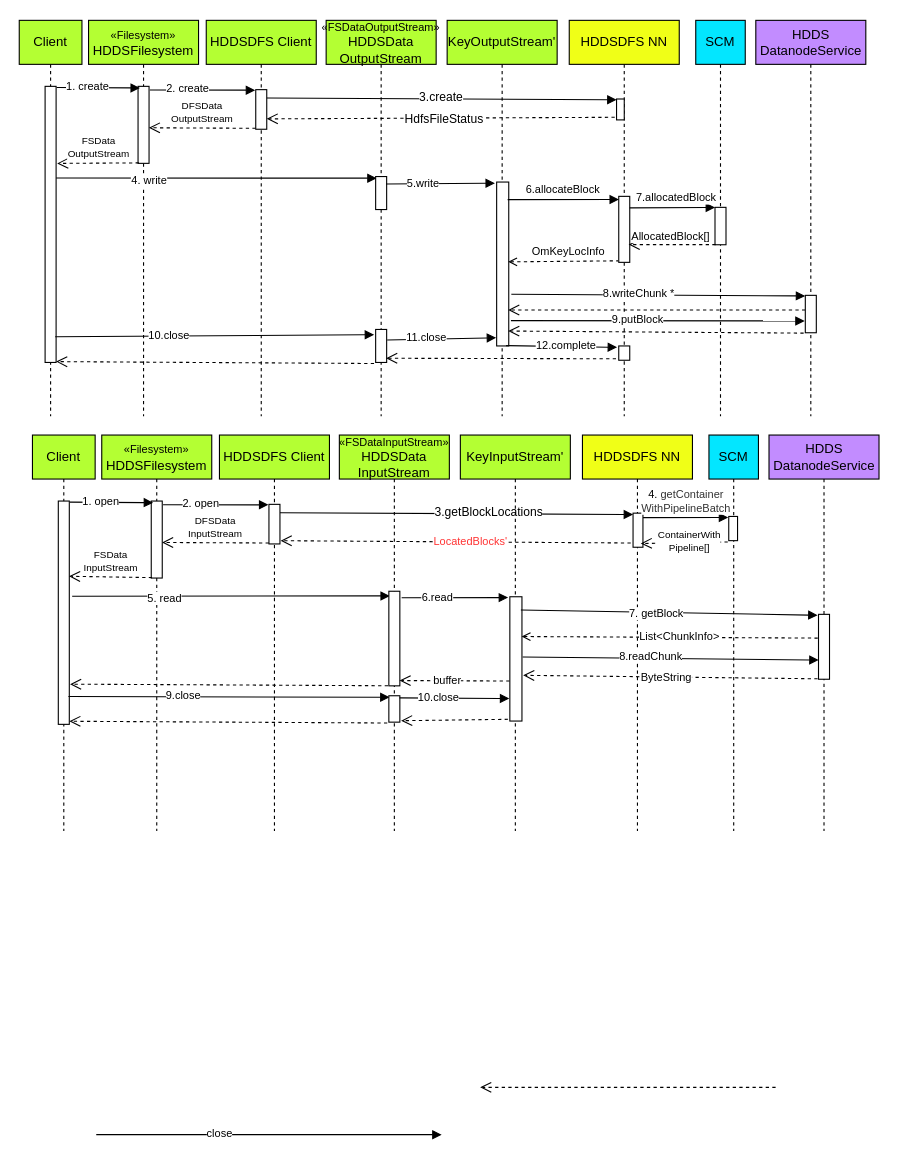
captainzmc/draw keeps this draw.io diagram as Untitled Diagram.drawio. Above is the earlier version. Source tidied: cells renumbered, new cells numbered last; positions are measured from the earlier drawing's top-left corner, leaving out a move shared by most shapes. Both pictures are drawn from the tidied source at 110%, with x=0, y=0 at pixel (19, 20).
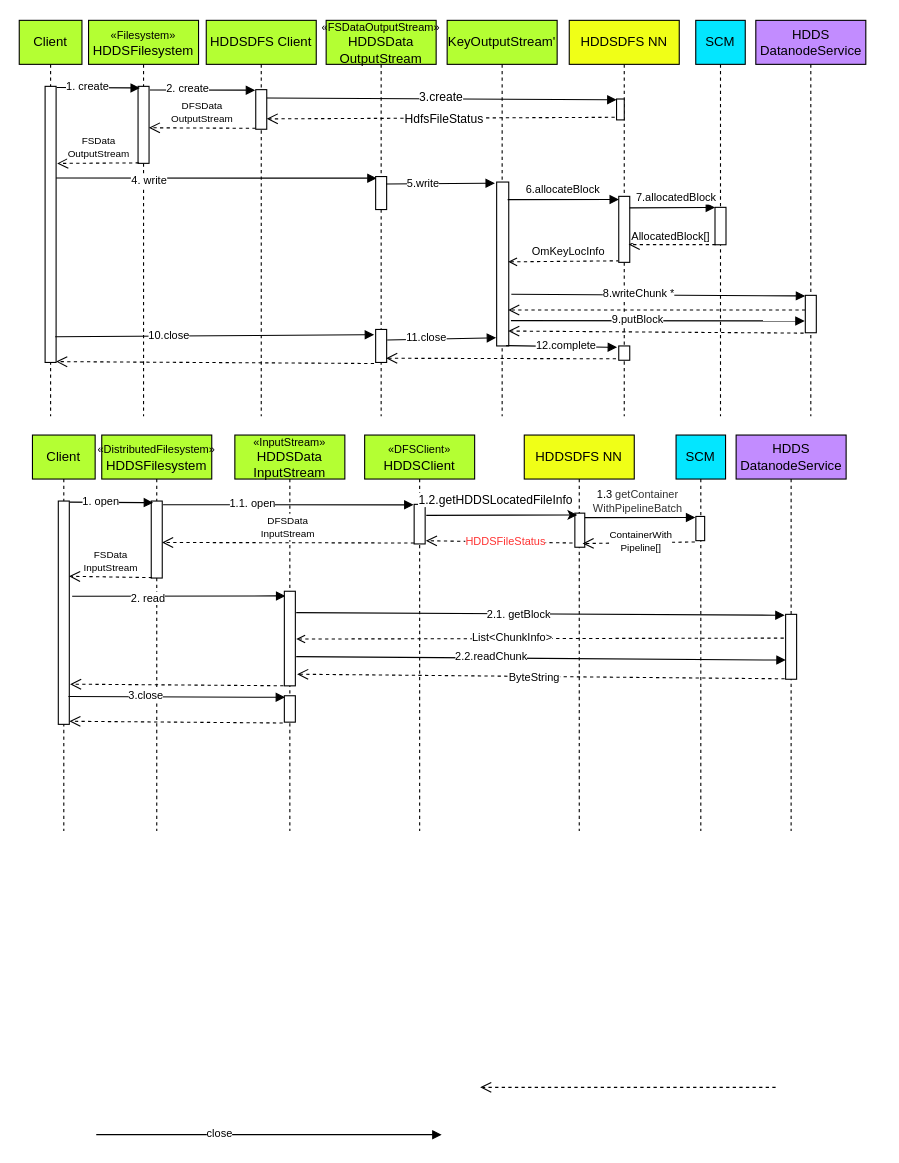
Above is the later version.

Unchanged cells that the change refers to:
```xml
<mxCell id="58" style="html=1;points=[];perimeter=orthogonalPerimeter;" parent="57" vertex="1">
  <mxGeometry x="45" y="63" width="10" height="36" as="geometry" />
</mxCell>
<mxCell id="64" style="html=1;points=[];perimeter=orthogonalPerimeter;" parent="63" vertex="1">
  <mxGeometry x="46" y="71" width="9" height="31" as="geometry" />
</mxCell>
<mxCell id="68" style="endArrow=block;startArrow=none;endFill=1;startFill=0;html=1;fontSize=10;exitX=0.917;exitY=0.823;exitDx=0;exitDy=0;exitPerimeter=0;entryX=0.067;entryY=0.06;entryDx=0;entryDy=0;entryPerimeter=0;" parent="1" edge="1" target="74">
  <mxGeometry relative="1" as="geometry">
    <mxPoint x="44.7" y="614.7" as="sourcePoint" />
  </mxGeometry>
</mxCell>
<mxCell id="70" style="endArrow=block;startArrow=none;endFill=1;startFill=0;html=1;fontSize=10;entryX=0.095;entryY=0.049;entryDx=0;entryDy=0;entryPerimeter=0;exitX=1.26;exitY=0.426;exitDx=0;exitDy=0;exitPerimeter=0;" parent="1" edge="1" source="60" target="73">
  <mxGeometry relative="1" as="geometry" />
</mxCell>
<mxCell id="73" style="html=1;points=[];perimeter=orthogonalPerimeter;" parent="72" vertex="1">
  <mxGeometry x="45" y="142" width="10" height="86" as="geometry" />
</mxCell>
<mxCell id="74" style="html=1;points=[];perimeter=orthogonalPerimeter;" parent="72" vertex="1">
  <mxGeometry x="45" y="237" width="10" height="24" as="geometry" />
</mxCell>
<mxCell id="88" style="html=1;points=[];perimeter=orthogonalPerimeter;" parent="87" vertex="1">
  <mxGeometry x="45" y="163" width="10" height="59" as="geometry" />
</mxCell>
<mxCell id="94" style="endArrow=block;startArrow=none;endFill=1;startFill=0;html=1;fontSize=10;exitX=1.076;exitY=0.048;exitDx=0;exitDy=0;exitPerimeter=0;entryX=-0.052;entryY=0.013;entryDx=0;entryDy=0;entryPerimeter=0;" parent="1" edge="1" source="62" target="58">
  <mxGeometry relative="1" as="geometry" />
</mxCell>
<mxCell id="99" style="endArrow=block;startArrow=none;endFill=1;startFill=0;html=1;fontSize=10;exitX=1.011;exitY=0.132;exitDx=0;exitDy=0;exitPerimeter=0;entryX=-0.06;entryY=0.045;entryDx=0;entryDy=0;entryPerimeter=0;" parent="1" edge="1" source="64" target="82">
  <mxGeometry relative="1" as="geometry" />
</mxCell>
```

Change to the diagram source:
```diff
@@
-    <mxCell id="57" value="HDDSDFS Client" style="shape=umlLifeline;perimeter=lifelinePerimeter;whiteSpace=wrap;html=1;fillColor=#B4FF33;" parent="1" vertex="1">
-      <mxGeometry x="182" y="377" width="100" height="360" as="geometry" />
+    <mxCell id="57" value="&lt;span style=&quot;font-size: 10px&quot;&gt;«DFSClient»&lt;br&gt;&lt;/span&gt;HDDSClient" style="shape=umlLifeline;perimeter=lifelinePerimeter;whiteSpace=wrap;html=1;fillColor=#B4FF33;" parent="1" vertex="1">
+      <mxGeometry x="314" y="377" width="100" height="360" as="geometry" />
     </mxCell>
@@
-    <mxCell id="61" value="&lt;span style=&quot;font-size: 10px&quot;&gt;«Filesystem»&lt;br&gt;&lt;/span&gt;HDDSFilesystem" style="shape=umlLifeline;perimeter=lifelinePerimeter;whiteSpace=wrap;html=1;fillColor=#B4FF33;" parent="1" vertex="1">
+    <mxCell id="61" value="&lt;span style=&quot;font-size: 10px&quot;&gt;«DistributedFilesystem»&lt;br&gt;&lt;/span&gt;HDDSFilesystem" style="shape=umlLifeline;perimeter=lifelinePerimeter;whiteSpace=wrap;html=1;fillColor=#B4FF33;" parent="1" vertex="1">
       <mxGeometry x="75" y="377" width="100" height="360" as="geometry" />
     </mxCell>
@@
     <mxCell id="63" value="HDDSDFS NN" style="shape=umlLifeline;perimeter=lifelinePerimeter;whiteSpace=wrap;html=1;fillColor=#F0FF17;" parent="1" vertex="1">
-      <mxGeometry x="512" y="377" width="100" height="360" as="geometry" />
+      <mxGeometry x="459.1" y="377" width="100" height="360" as="geometry" />
     </mxCell>
@@
-    <mxCell id="65" value="3.getBlockLocations" style="endArrow=block;endFill=1;html=1;align=left;verticalAlign=top;exitX=1.005;exitY=0.212;exitDx=0;exitDy=0;exitPerimeter=0;entryX=0.005;entryY=0.041;entryDx=0;entryDy=0;entryPerimeter=0;" parent="1" edge="1" source="58" target="64">
-      <mxGeometry x="0.02" y="29" relative="1" as="geometry">
-        <mxPoint x="-25" y="15" as="offset" />
-      </mxGeometry>
-    </mxCell>
-    <mxCell id="66" value="&lt;font style=&quot;font-size: 10px&quot;&gt;LocatedBlocks'&lt;/font&gt;" style="html=1;verticalAlign=bottom;endArrow=open;dashed=1;endSize=8;entryX=1.062;entryY=0.918;entryDx=0;entryDy=0;entryPerimeter=0;exitX=-0.233;exitY=0.875;exitDx=0;exitDy=0;exitPerimeter=0;fillColor=#FF3333;fontColor=#FF3333;" parent="1" edge="1" source="64" target="58">
+    <mxCell id="66" value="&lt;font style=&quot;font-size: 10px&quot;&gt;HDDSFileStatus&lt;/font&gt;" style="html=1;verticalAlign=bottom;endArrow=open;dashed=1;endSize=8;entryX=1.062;entryY=0.918;entryDx=0;entryDy=0;entryPerimeter=0;exitX=-0.233;exitY=0.875;exitDx=0;exitDy=0;exitPerimeter=0;fillColor=#FF3333;fontColor=#FF3333;" parent="1" edge="1" source="64" target="58">
       <mxGeometry x="-0.08" y="8" relative="1" as="geometry" />
     </mxCell>
@@
-    <mxCell id="69" value="9.close" style="edgeLabel;html=1;align=center;verticalAlign=middle;fontSize=10;" parent="68" vertex="1">
+    <mxCell id="69" value="3.close" style="edgeLabel;html=1;align=center;verticalAlign=middle;fontSize=10;" parent="68" vertex="1">
       <mxGeometry x="-0.29" y="2" relative="1" as="geometry" />
     </mxCell>
@@
-    <mxCell id="71" value="5. read" style="edgeLabel;html=1;align=center;verticalAlign=middle;fontSize=10;" parent="70" vertex="1">
+    <mxCell id="71" value="2. read" style="edgeLabel;html=1;align=center;verticalAlign=middle;fontSize=10;" parent="70" vertex="1">
       <mxGeometry x="-0.68" y="-1" relative="1" as="geometry">
         <mxPoint x="37.3" y="-0.2" as="offset" />
       </mxGeometry>
     </mxCell>
-    <mxCell id="72" value="&lt;span style=&quot;font-size: 10px&quot;&gt;«FSDataInputStream»&lt;br&gt;&lt;/span&gt;HDDSData&lt;br&gt;InputStream" style="shape=umlLifeline;perimeter=lifelinePerimeter;whiteSpace=wrap;html=1;fillColor=#B4FF33;" parent="1" vertex="1">
-      <mxGeometry x="291" y="377" width="100" height="360" as="geometry" />
+    <mxCell id="72" value="&lt;span style=&quot;font-size: 10px&quot;&gt;«InputStream»&lt;br&gt;&lt;/span&gt;HDDSData&lt;br&gt;InputStream" style="shape=umlLifeline;perimeter=lifelinePerimeter;whiteSpace=wrap;html=1;fillColor=#B4FF33;" parent="1" vertex="1">
+      <mxGeometry x="196" y="377" width="100" height="360" as="geometry" />
     </mxCell>
@@
-    <mxCell id="75" value="KeyInputStream'" style="shape=umlLifeline;perimeter=lifelinePerimeter;whiteSpace=wrap;html=1;fillColor=#B4FF33;" parent="1" vertex="1">
-      <mxGeometry x="401" y="377" width="100" height="360" as="geometry" />
-    </mxCell>
-    <mxCell id="76" style="html=1;points=[];perimeter=orthogonalPerimeter;" parent="75" vertex="1">
-      <mxGeometry x="45" y="147" width="11" height="113" as="geometry" />
-    </mxCell>
-    <mxCell id="77" style="endArrow=block;startArrow=none;endFill=1;startFill=0;html=1;fontSize=10;exitX=1.162;exitY=0.069;exitDx=0;exitDy=0;exitPerimeter=0;entryX=-0.143;entryY=0.007;entryDx=0;entryDy=0;entryPerimeter=0;" parent="1" edge="1" source="73" target="76">
-      <mxGeometry relative="1" as="geometry" />
-    </mxCell>
-    <mxCell id="78" value="6.read" style="edgeLabel;html=1;align=center;verticalAlign=middle;fontSize=10;" parent="77" vertex="1">
-      <mxGeometry x="-0.34" y="1" relative="1" as="geometry" />
-    </mxCell>
-    <mxCell id="79" style="edgeStyle=none;rounded=0;jettySize=auto;html=1;startArrow=none;startFill=0;endArrow=block;endFill=1;fontSize=10;entryX=-0.084;entryY=0.014;entryDx=0;entryDy=0;entryPerimeter=0;exitX=0.909;exitY=0.107;exitDx=0;exitDy=0;exitPerimeter=0;" parent="1" edge="1" source="76" target="88">
+    <mxCell id="79" style="edgeStyle=none;rounded=0;jettySize=auto;html=1;startArrow=none;startFill=0;endArrow=block;endFill=1;fontSize=10;entryX=-0.084;entryY=0.014;entryDx=0;entryDy=0;entryPerimeter=0;exitX=1.08;exitY=0.226;exitDx=0;exitDy=0;exitPerimeter=0;" parent="1" edge="1" source="73" target="88">
       <mxGeometry relative="1" as="geometry" />
     </mxCell>
-    <mxCell id="80" value="7. getBlock" style="edgeLabel;html=1;align=center;verticalAlign=middle;fontSize=10;" parent="79" vertex="1">
+    <mxCell id="80" value="2.1. getBlock" style="edgeLabel;html=1;align=center;verticalAlign=middle;fontSize=10;" parent="79" vertex="1">
       <mxGeometry x="-0.09" relative="1" as="geometry" />
     </mxCell>
     <mxCell id="81" value="SCM" style="shape=umlLifeline;perimeter=lifelinePerimeter;whiteSpace=wrap;html=1;fillColor=#03E6FF;" parent="1" vertex="1">
-      <mxGeometry x="627" y="377" width="45" height="360" as="geometry" />
+      <mxGeometry x="597.1" y="377" width="45" height="360" as="geometry" />
     </mxCell>
@@
-    <mxCell id="83" style="html=1;verticalAlign=bottom;endArrow=open;dashed=1;endSize=8;fontSize=10;exitX=-0.084;exitY=0.993;exitDx=0;exitDy=0;exitPerimeter=0;entryX=1.1;entryY=0.632;entryDx=0;entryDy=0;entryPerimeter=0;" parent="1" edge="1" source="88" target="76">
+    <mxCell id="83" style="html=1;verticalAlign=bottom;endArrow=open;dashed=1;endSize=8;fontSize=10;exitX=-0.084;exitY=0.993;exitDx=0;exitDy=0;exitPerimeter=0;entryX=1.16;entryY=0.877;entryDx=0;entryDy=0;entryPerimeter=0;" parent="1" edge="1" source="88" target="73">
       <mxGeometry relative="1" as="geometry" />
     </mxCell>
@@
-    <mxCell id="85" style="html=1;verticalAlign=bottom;endArrow=none;dashed=1;endSize=8;fontSize=10;startArrow=open;startFill=0;endFill=0;exitX=0.97;exitY=0.32;exitDx=0;exitDy=0;exitPerimeter=0;entryX=-0.036;entryY=0.366;entryDx=0;entryDy=0;entryPerimeter=0;" parent="1" edge="1" source="76" target="88">
+    <mxCell id="85" style="html=1;verticalAlign=bottom;endArrow=none;dashed=1;endSize=8;fontSize=10;startArrow=open;startFill=0;endFill=0;exitX=1.08;exitY=0.505;exitDx=0;exitDy=0;exitPerimeter=0;entryX=-0.036;entryY=0.366;entryDx=0;entryDy=0;entryPerimeter=0;" parent="1" edge="1" source="73" target="88">
       <mxGeometry relative="1" as="geometry" />
     </mxCell>
     <mxCell id="86" value="&lt;font color=&quot;#000000&quot;&gt;List&amp;lt;ChunkInfo&amp;gt;&lt;/font&gt;" style="edgeLabel;html=1;align=center;verticalAlign=middle;fontSize=10;fontColor=#FF3333;" parent="85" vertex="1">
-      <mxGeometry x="0.06" y="1" relative="1" as="geometry" />
+      <mxGeometry x="0.06" y="1" relative="1" as="geometry">
+        <mxPoint x="-40" as="offset" />
+      </mxGeometry>
     </mxCell>
     <mxCell id="87" value="HDDS DatanodeService" style="shape=umlLifeline;perimeter=lifelinePerimeter;whiteSpace=wrap;html=1;fillColor=#C28CFF;" parent="1" vertex="1">
-      <mxGeometry x="681.6" y="377" width="100" height="360" as="geometry" />
+      <mxGeometry x="651.7" y="377" width="100" height="360" as="geometry" />
     </mxCell>
@@
-    <mxCell id="89" style="endArrow=block;startArrow=none;endFill=1;startFill=0;html=1;fontSize=10;exitX=1.056;exitY=0.485;exitDx=0;exitDy=0;exitPerimeter=0;entryX=0.012;entryY=0.705;entryDx=0;entryDy=0;entryPerimeter=0;" parent="1" edge="1" source="76" target="88">
+    <mxCell id="89" style="endArrow=block;startArrow=none;endFill=1;startFill=0;html=1;fontSize=10;exitX=1.08;exitY=0.691;exitDx=0;exitDy=0;exitPerimeter=0;entryX=0.012;entryY=0.705;entryDx=0;entryDy=0;entryPerimeter=0;" parent="1" edge="1" source="73" target="88">
       <mxGeometry relative="1" as="geometry" />
     </mxCell>
-    <mxCell id="90" value="8.readChunk" style="edgeLabel;html=1;align=center;verticalAlign=middle;fontSize=10;" parent="89" vertex="1">
+    <mxCell id="90" value="2.2.readChunk" style="edgeLabel;html=1;align=center;verticalAlign=middle;fontSize=10;" parent="89" vertex="1">
       <mxGeometry x="-0.31" y="2" relative="1" as="geometry">
         <mxPoint x="22.9" as="offset" />
       </mxGeometry>
     </mxCell>
-    <mxCell id="91" style="endArrow=block;startArrow=none;endFill=1;startFill=0;html=1;fontSize=10;exitX=0.971;exitY=0.079;exitDx=0;exitDy=0;exitPerimeter=0;entryX=-0.043;entryY=0.95;entryDx=0;entryDy=0;entryPerimeter=0;" parent="1" edge="1" source="74">
-      <mxGeometry relative="1" as="geometry">
-        <mxPoint x="445.5" y="616.5" as="targetPoint" />
-      </mxGeometry>
-    </mxCell>
-    <mxCell id="92" value="10.close" style="edgeLabel;html=1;align=center;verticalAlign=middle;fontSize=10;" parent="91" vertex="1">
-      <mxGeometry x="-0.29" y="2" relative="1" as="geometry" />
-    </mxCell>
@@
-    <mxCell id="95" value="2. open" style="edgeLabel;html=1;align=center;verticalAlign=middle;fontSize=10;" parent="94" vertex="1">
+    <mxCell id="95" value="1.1. open" style="edgeLabel;html=1;align=center;verticalAlign=middle;fontSize=10;" parent="94" vertex="1">
       <mxGeometry x="-0.29" y="2" relative="1" as="geometry" />
     </mxCell>
@@
-    <mxCell id="100" value="&lt;font style=&quot;font-size: 10px&quot;&gt;4.&amp;nbsp;&lt;span style=&quot;background-color: transparent ; color: rgb(51 , 51 , 51) ; letter-spacing: 0pt ; text-align: left&quot;&gt;getContainer&lt;br&gt;WithPipelineBatch&lt;/span&gt;&lt;br&gt;&lt;/font&gt;" style="edgeLabel;html=1;align=center;verticalAlign=middle;fontSize=10;" parent="99" vertex="1">
+    <mxCell id="100" value="&lt;font style=&quot;font-size: 10px&quot;&gt;1.3&amp;nbsp;&lt;span style=&quot;background-color: transparent ; color: rgb(51 , 51 , 51) ; letter-spacing: 0pt ; text-align: left&quot;&gt;getContainer&lt;br&gt;WithPipelineBatch&lt;/span&gt;&lt;br&gt;&lt;/font&gt;" style="edgeLabel;html=1;align=center;verticalAlign=middle;fontSize=10;" parent="99" vertex="1">
       <mxGeometry x="-0.29" y="2" relative="1" as="geometry">
         <mxPoint x="11.2" y="-13.1" as="offset" />
       </mxGeometry>
     </mxCell>
-    <mxCell id="101" style="html=1;verticalAlign=bottom;endArrow=open;dashed=1;endSize=8;fontSize=10;exitX=-0.156;exitY=0.986;exitDx=0;exitDy=0;exitPerimeter=0;entryX=1.114;entryY=0.946;entryDx=0;entryDy=0;entryPerimeter=0;" parent="1" edge="1" source="76" target="74">
-      <mxGeometry relative="1" as="geometry" />
-    </mxCell>
@@
-    <mxCell id="104" style="html=1;verticalAlign=bottom;endArrow=open;dashed=1;endSize=8;fontSize=10;exitX=-0.026;exitY=0.678;exitDx=0;exitDy=0;exitPerimeter=0;entryX=0.971;entryY=0.944;entryDx=0;entryDy=0;entryPerimeter=0;" parent="1" edge="1" source="76" target="73">
-      <mxGeometry relative="1" as="geometry" />
-    </mxCell>
-    <mxCell id="105" value="&lt;font color=&quot;#000000&quot;&gt;buffer&lt;/font&gt;" style="edgeLabel;html=1;align=center;verticalAlign=middle;fontSize=10;fontColor=#FF3333;" parent="104" vertex="1">
-      <mxGeometry x="0.35" y="1" relative="1" as="geometry">
-        <mxPoint x="10.9" y="-2.3" as="offset" />
-      </mxGeometry>
-    </mxCell>
@@
+    <mxCell id="107" style="rounded=0;jettySize=auto;html=1;entryX=0.244;entryY=0.052;entryDx=0;entryDy=0;entryPerimeter=0;" parent="1" edge="1" target="64">
+      <mxGeometry relative="1" as="geometry">
+        <mxPoint x="370" y="450" as="sourcePoint" />
+      </mxGeometry>
+    </mxCell>
+    <mxCell id="108" value="&lt;span style=&quot;text-align: left&quot;&gt;1.2.&lt;/span&gt;getHDDSLocatedFileInfo" style="edgeLabel;html=1;align=center;verticalAlign=middle;" parent="107" vertex="1">
+      <mxGeometry x="-0.17" y="-1" relative="1" as="geometry">
+        <mxPoint x="5.2" y="-15.8" as="offset" />
+      </mxGeometry>
+    </mxCell>
```
